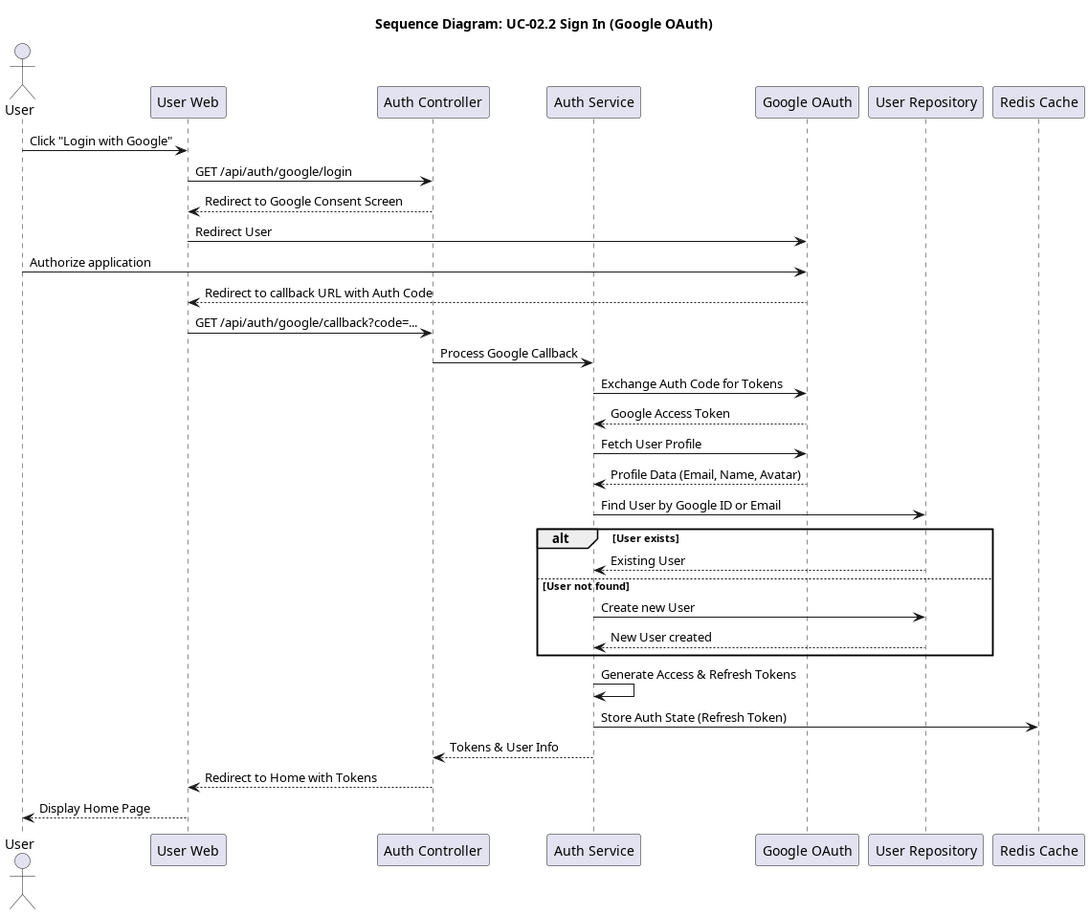
giakiet05/lkforum-new keeps this PlantUML diagram as docs/srs_add/SAD/diagrams/seq_02_google_sign_in.png. Above is the earlier version. The source it was exported from:
```plantuml
@startuml seq_02_google_sign_in
title Sequence Diagram: UC-02.2 Sign In (Google OAuth)

actor User
participant "User Web" as Frontend
participant "Auth Controller" as Controller
participant "Auth Service" as Service
participant "Google OAuth" as Google
participant "User Repository" as Repo
participant "Redis Cache" as Redis

User -> Frontend: Click "Login with Google"
Frontend -> Controller: GET /api/auth/google/login
Controller --> Frontend: Redirect to Google Consent Screen
Frontend -> Google: Redirect User
User -> Google: Authorize application
Google --> Frontend: Redirect to callback URL with Auth Code
Frontend -> Controller: GET /api/auth/google/callback?code=...
Controller -> Service: Process Google Callback
Service -> Google: Exchange Auth Code for Tokens
Google --> Service: Google Access Token
Service -> Google: Fetch User Profile
Google --> Service: Profile Data (Email, Name, Avatar)
Service -> Repo: Find User by Google ID or Email
alt User exists
    Repo --> Service: Existing User
else User not found
    Service -> Repo: Create new User
    Repo --> Service: New User created
end
Service -> Service: Generate Access & Refresh Tokens
Service -> Redis: Store Auth State (Refresh Token)
Service --> Controller: Tokens & User Info
Controller --> Frontend: Redirect to Home with Tokens
Frontend --> User: Display Home Page
@enduml
```
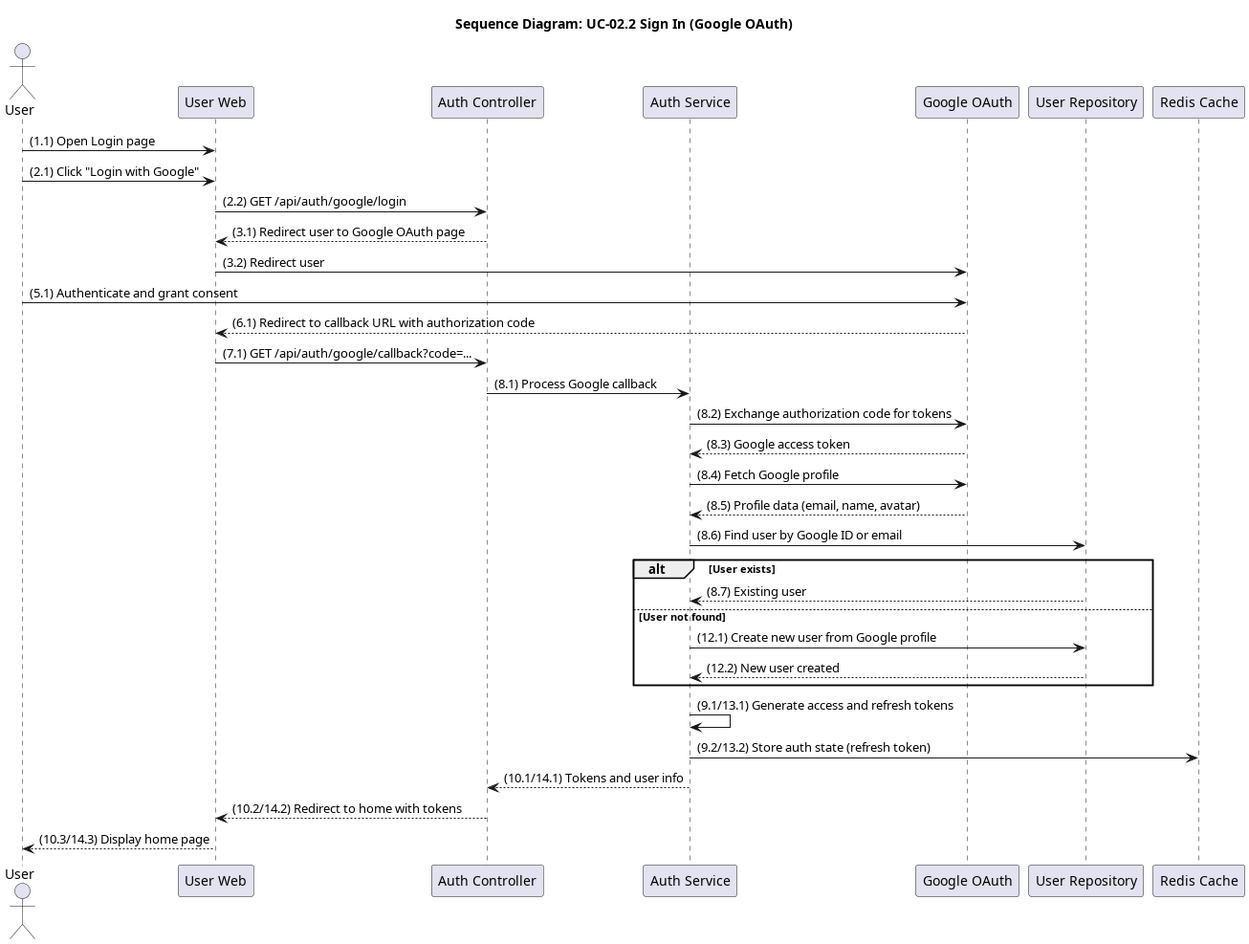
Later version of the same file.

Change to the diagram source:
```diff
@@ -9,28 +9,29 @@
 participant "User Repository" as Repo
 participant "Redis Cache" as Redis
 
-User -> Frontend: Click "Login with Google"
-Frontend -> Controller: GET /api/auth/google/login
-Controller --> Frontend: Redirect to Google Consent Screen
-Frontend -> Google: Redirect User
-User -> Google: Authorize application
-Google --> Frontend: Redirect to callback URL with Auth Code
-Frontend -> Controller: GET /api/auth/google/callback?code=...
-Controller -> Service: Process Google Callback
-Service -> Google: Exchange Auth Code for Tokens
-Google --> Service: Google Access Token
-Service -> Google: Fetch User Profile
-Google --> Service: Profile Data (Email, Name, Avatar)
-Service -> Repo: Find User by Google ID or Email
+User -> Frontend: (1.1) Open Login page
+User -> Frontend: (2.1) Click "Login with Google"
+Frontend -> Controller: (2.2) GET /api/auth/google/login
+Controller --> Frontend: (3.1) Redirect user to Google OAuth page
+Frontend -> Google: (3.2) Redirect user
+User -> Google: (5.1) Authenticate and grant consent
+Google --> Frontend: (6.1) Redirect to callback URL with authorization code
+Frontend -> Controller: (7.1) GET /api/auth/google/callback?code=...
+Controller -> Service: (8.1) Process Google callback
+Service -> Google: (8.2) Exchange authorization code for tokens
+Google --> Service: (8.3) Google access token
+Service -> Google: (8.4) Fetch Google profile
+Google --> Service: (8.5) Profile data (email, name, avatar)
+Service -> Repo: (8.6) Find user by Google ID or email
 alt User exists
-    Repo --> Service: Existing User
+    Repo --> Service: (8.7) Existing user
 else User not found
-    Service -> Repo: Create new User
-    Repo --> Service: New User created
+    Service -> Repo: (12.1) Create new user from Google profile
+    Repo --> Service: (12.2) New user created
 end
-Service -> Service: Generate Access & Refresh Tokens
-Service -> Redis: Store Auth State (Refresh Token)
-Service --> Controller: Tokens & User Info
-Controller --> Frontend: Redirect to Home with Tokens
-Frontend --> User: Display Home Page
+Service -> Service: (9.1/13.1) Generate access and refresh tokens
+Service -> Redis: (9.2/13.2) Store auth state (refresh token)
+Service --> Controller: (10.1/14.1) Tokens and user info
+Controller --> Frontend: (10.2/14.2) Redirect to home with tokens
+Frontend --> User: (10.3/14.3) Display home page
 @enduml
```
